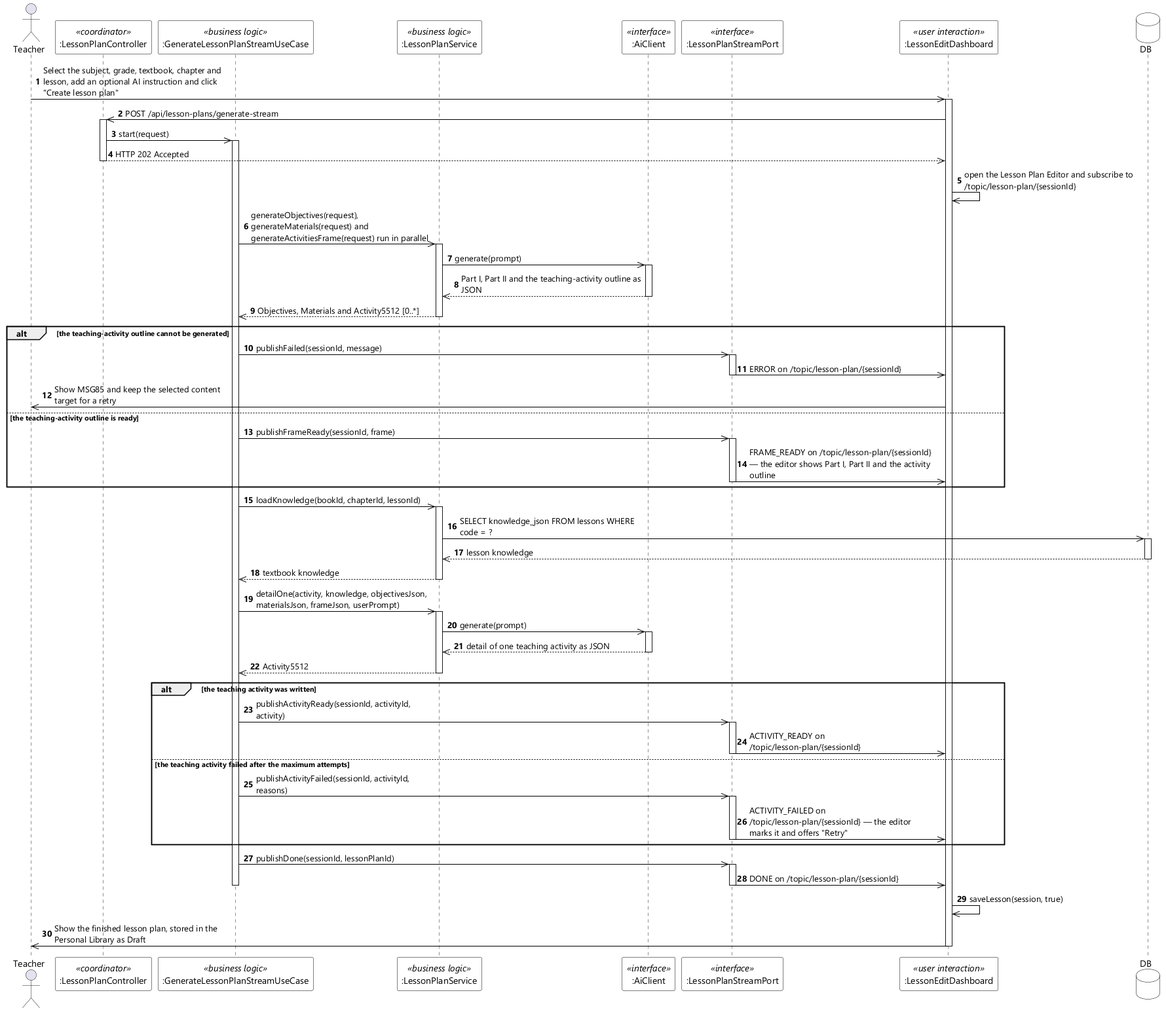
Before: designs/sds-diagrams/uc05/uc05-sequence-diagram-stereo.png, a diagram exported from PlantUML (EduA-system/EduA-system). Source of this version:
```plantuml
@startuml UC-05 Create Lesson Plan - Sequence Diagram (stereo)
skinparamlocked dpi 96
skinparam defaultFontName "Segoe UI"
skinparam shadowing false
skinparam ParticipantBackgroundColor #FFFFFF
skinparam ParticipantBorderColor #000000
skinparam DatabaseBackgroundColor #FFFFFF
skinparam DatabaseBorderColor #000000
skinparam ArrowColor #000000
skinparam sequenceMessageAlign left
skinparam maxMessageSize 280

actor Teacher
participant ":LessonPlanController" as CTL <<coordinator>>
participant ":GenerateLessonPlanStreamUseCase" as UCASE <<business logic>>
participant ":LessonPlanService" as SVC <<business logic>>
participant ":AiClient" as AI <<interface>>
participant ":LessonPlanStreamPort" as STREAM <<interface>>
participant ":LessonEditDashboard" as EDIT <<user interaction>>
database DB

autonumber
Teacher ->> EDIT : Select the subject, grade, textbook, chapter and lesson, add an optional AI instruction and click "Create lesson plan"
activate EDIT
EDIT ->> CTL : POST /api/lesson-plans/generate-stream
activate CTL
CTL ->> UCASE : start(request)
activate UCASE
CTL -->> EDIT : HTTP 202 Accepted
deactivate CTL
EDIT ->> EDIT : open the Lesson Plan Editor and subscribe to /topic/lesson-plan/{sessionId}

UCASE ->> SVC : generateObjectives(request), generateMaterials(request) and generateActivitiesFrame(request) run in parallel
activate SVC
SVC ->> AI : generate(prompt)
activate AI
AI -->> SVC : Part I, Part II and the teaching-activity outline as JSON
deactivate AI
SVC -->> UCASE : Objectives, Materials and Activity5512 [0..*]
deactivate SVC

alt the teaching-activity outline cannot be generated
  UCASE ->> STREAM : publishFailed(sessionId, message)
  activate STREAM
  STREAM ->> EDIT : ERROR on /topic/lesson-plan/{sessionId}
  deactivate STREAM
  EDIT ->> Teacher : Show MSG85 and keep the selected content target for a retry
else the teaching-activity outline is ready
  UCASE ->> STREAM : publishFrameReady(sessionId, frame)
  activate STREAM
  STREAM ->> EDIT : FRAME_READY on /topic/lesson-plan/{sessionId} — the editor shows Part I, Part II and the activity outline
  deactivate STREAM
end

UCASE ->> SVC : loadKnowledge(bookId, chapterId, lessonId)
activate SVC
SVC ->> DB : SELECT knowledge_json FROM lessons WHERE code = ?
activate DB
DB -->> SVC : lesson knowledge
deactivate DB
SVC -->> UCASE : textbook knowledge
deactivate SVC
UCASE ->> SVC : detailOne(activity, knowledge, objectivesJson, materialsJson, frameJson, userPrompt)
activate SVC
SVC ->> AI : generate(prompt)
activate AI
AI -->> SVC : detail of one teaching activity as JSON
deactivate AI
SVC -->> UCASE : Activity5512
deactivate SVC

alt the teaching activity was written
  UCASE ->> STREAM : publishActivityReady(sessionId, activityId, activity)
  activate STREAM
  STREAM ->> EDIT : ACTIVITY_READY on /topic/lesson-plan/{sessionId}
  deactivate STREAM
else the teaching activity failed after the maximum attempts
  UCASE ->> STREAM : publishActivityFailed(sessionId, activityId, reasons)
  activate STREAM
  STREAM ->> EDIT : ACTIVITY_FAILED on /topic/lesson-plan/{sessionId} — the editor marks it and offers "Retry"
  deactivate STREAM
end

UCASE ->> STREAM : publishDone(sessionId, lessonPlanId)
activate STREAM
STREAM ->> EDIT : DONE on /topic/lesson-plan/{sessionId}
deactivate STREAM
deactivate UCASE
EDIT ->> EDIT : saveLesson(session, true)
EDIT ->> Teacher : Show the finished lesson plan, stored in the Personal Library as Draft
deactivate EDIT
@enduml
```
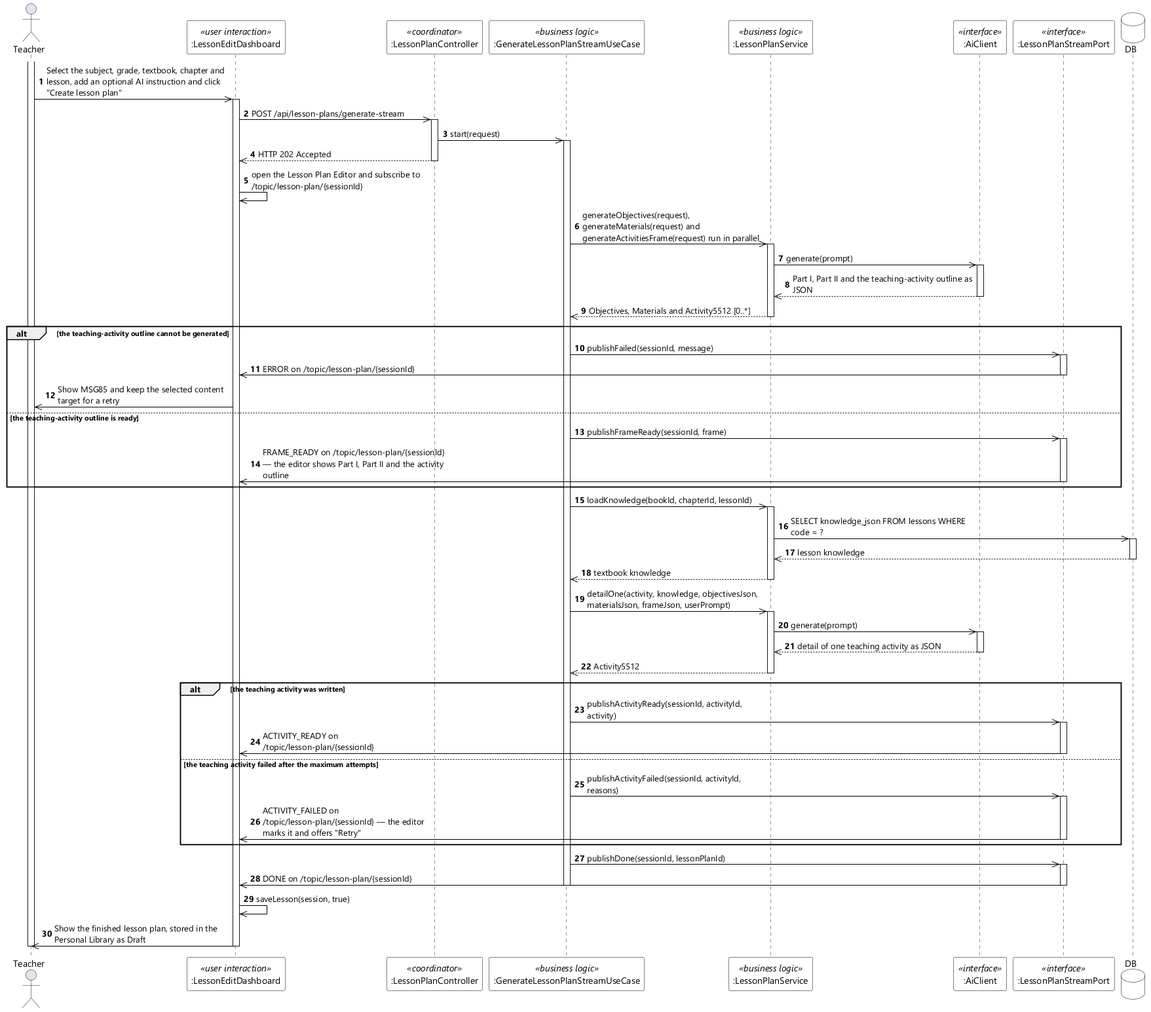
Later version of the same file.

Diff of the diagram source:
```diff
@@ -11,15 +11,16 @@
 skinparam maxMessageSize 280
 
 actor Teacher
+participant ":LessonEditDashboard" as EDIT <<user interaction>>
 participant ":LessonPlanController" as CTL <<coordinator>>
 participant ":GenerateLessonPlanStreamUseCase" as UCASE <<business logic>>
 participant ":LessonPlanService" as SVC <<business logic>>
 participant ":AiClient" as AI <<interface>>
 participant ":LessonPlanStreamPort" as STREAM <<interface>>
-participant ":LessonEditDashboard" as EDIT <<user interaction>>
 database DB
 
 autonumber
+activate Teacher
 Teacher ->> EDIT : Select the subject, grade, textbook, chapter and lesson, add an optional AI instruction and click "Create lesson plan"
 activate EDIT
 EDIT ->> CTL : POST /api/lesson-plans/generate-stream
@@ -89,4 +90,5 @@
 EDIT ->> EDIT : saveLesson(session, true)
 EDIT ->> Teacher : Show the finished lesson plan, stored in the Personal Library as Draft
 deactivate EDIT
+deactivate Teacher
 @enduml
```
